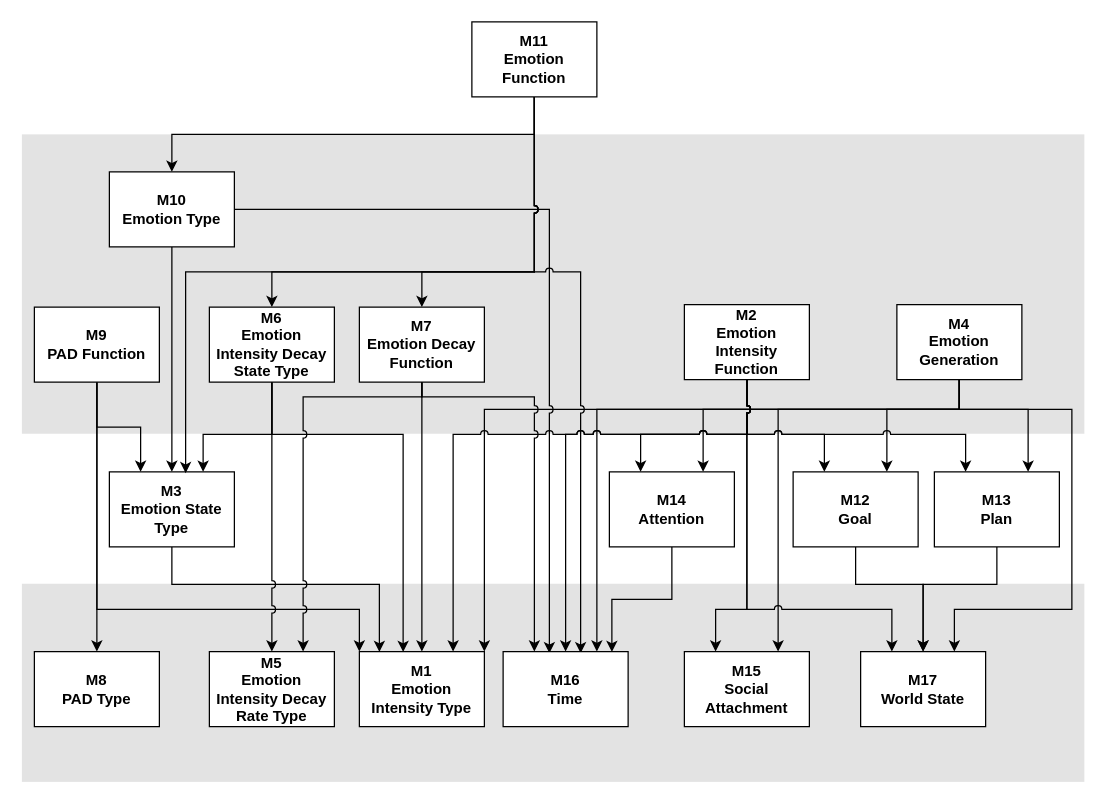
Before: docs/Design/MG/figures/usesHierarchy.drawio in GenevaS/EMgine, a draw.io diagram. Source tidied: cells renumbered, new cells numbered last; positions are measured from the earlier drawing's top-left corner, leaving out a move shared by most shapes. Both pictures are drawn from the tidied source at 125%, with x=0, y=0 at pixel (21, 21).
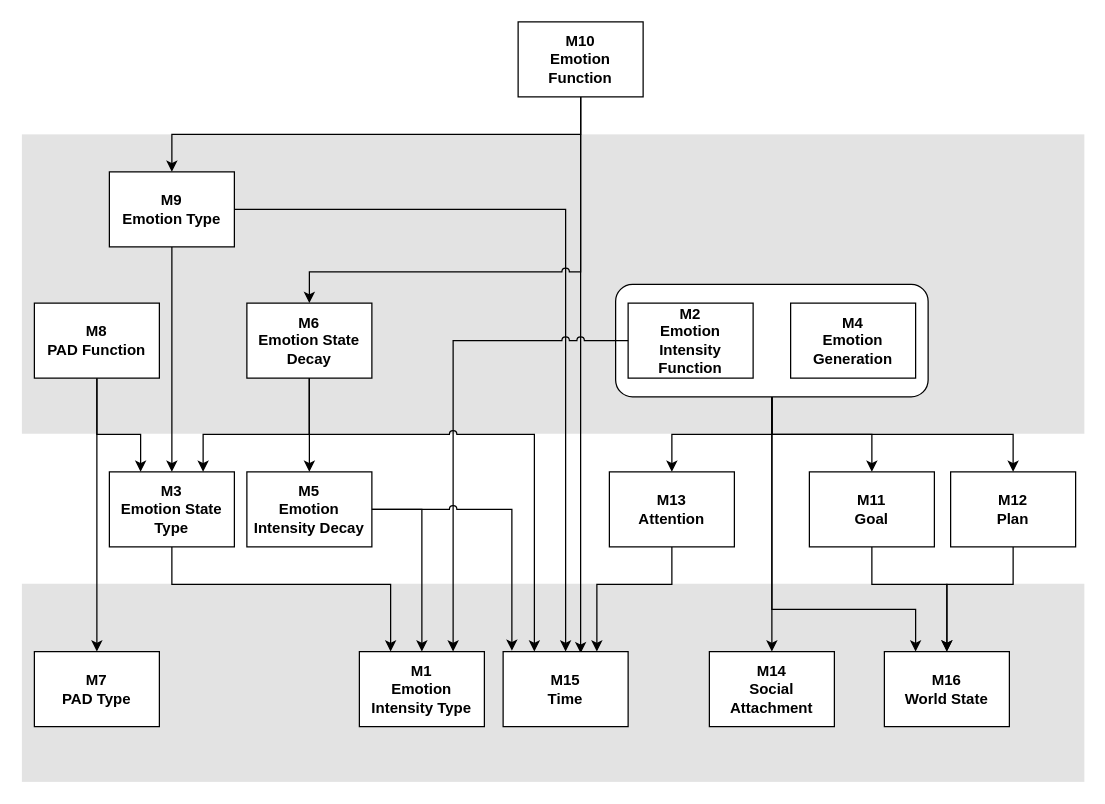
The same page after the edit.

The change refers to these unchanged cells:
```xml
<mxCell id="4" value="M1 &lt;br&gt;Emotion Intensity Type" style="rounded=0;whiteSpace=wrap;html=1;fontStyle=1;" parent="1" vertex="1">
  <mxGeometry x="270" y="503.8" width="100" height="60" as="geometry" />
</mxCell>
<mxCell id="6" value="M3&lt;br&gt;Emotion State Type" style="rounded=0;whiteSpace=wrap;html=1;fontStyle=1;" parent="1" vertex="1">
  <mxGeometry x="70" y="360" width="100" height="60" as="geometry" />
</mxCell>
```

Change to the diagram source:
```diff
@@
+    <mxCell id="55" style="group;" parent="1" vertex="1">
+      <mxGeometry x="475" y="210" width="250" height="90" as="geometry" />
+    </mxCell>
+    <mxCell id="56" style="rounded=1;whiteSpace=wrap;html=1;" parent="55" vertex="1">
+      <mxGeometry width="250" height="90" as="geometry" />
+    </mxCell>
+    <mxCell id="50" value="M2 &lt;br&gt;Emotion Intensity Function" style="rounded=0;whiteSpace=wrap;html=1;fontStyle=1;" parent="55" vertex="1">
+      <mxGeometry x="10" y="15" width="100" height="60" as="geometry" />
+    </mxCell>
+    <mxCell id="14" value="M4&lt;br&gt;Emotion Generation" style="rounded=0;whiteSpace=wrap;html=1;fontStyle=1;" parent="55" vertex="1">
+      <mxGeometry x="140" y="15" width="100" height="60" as="geometry" />
+    </mxCell>
@@
-    <mxCell id="5" style="edgeStyle=orthogonalEdgeStyle;rounded=0;jumpStyle=arc;jettySize=auto;html=1;entryX=0.16;entryY=0.004;entryDx=0;entryDy=0;exitX=0.5;exitY=1;exitDx=0;exitDy=0;entryPerimeter=0;" parent="1" edge="1" source="6" target="4">
+    <mxCell id="5" style="edgeStyle=orthogonalEdgeStyle;rounded=0;jumpStyle=arc;jettySize=auto;html=1;entryX=0.25;entryY=0;entryDx=0;entryDy=0;exitX=0.5;exitY=1;exitDx=0;exitDy=0;" parent="1" edge="1" source="6" target="4">
       <mxGeometry relative="1" as="geometry">
         <Array as="points">
           <mxPoint x="120" y="450" />
-          <mxPoint x="286" y="450" />
+          <mxPoint x="295" y="450" />
         </Array>
       </mxGeometry>
     </mxCell>
@@
-    <mxCell id="7" style="edgeStyle=orthogonalEdgeStyle;rounded=0;jumpStyle=arc;jettySize=auto;html=1;exitX=0.5;exitY=1;exitDx=0;exitDy=0;entryX=1;entryY=0;entryDx=0;entryDy=0;" parent="1" edge="1" source="14" target="4">
-      <mxGeometry relative="1" as="geometry">
-        <Array as="points">
-          <mxPoint x="750" y="310" />
-          <mxPoint x="370" y="310" />
-        </Array>
-      </mxGeometry>
-    </mxCell>
-    <mxCell id="8" style="edgeStyle=orthogonalEdgeStyle;rounded=0;jumpStyle=arc;jettySize=auto;html=1;exitX=0.5;exitY=1;exitDx=0;exitDy=0;entryX=0.75;entryY=0;entryDx=0;entryDy=0;" parent="1" edge="1" source="14" target="34">
-      <mxGeometry relative="1" as="geometry">
-        <Array as="points">
-          <mxPoint x="750" y="310" />
-          <mxPoint x="460" y="310" />
-        </Array>
-      </mxGeometry>
-    </mxCell>
-    <mxCell id="9" style="edgeStyle=orthogonalEdgeStyle;rounded=0;jumpStyle=arc;jettySize=auto;html=1;exitX=0.5;exitY=1;exitDx=0;exitDy=0;entryX=0.75;entryY=0;entryDx=0;entryDy=0;" parent="1" edge="1" source="14" target="41">
-      <mxGeometry relative="1" as="geometry">
-        <Array as="points">
-          <mxPoint x="750" y="310" />
-          <mxPoint x="545" y="310" />
-        </Array>
-      </mxGeometry>
+    <mxCell id="9" style="edgeStyle=orthogonalEdgeStyle;rounded=0;jumpStyle=arc;jettySize=auto;html=1;exitX=0.5;exitY=1;exitDx=0;exitDy=0;entryX=0.5;entryY=0;entryDx=0;entryDy=0;" parent="1" edge="1" source="56" target="41">
+      <mxGeometry relative="1" as="geometry" />
     </mxCell>
-    <mxCell id="10" style="edgeStyle=orthogonalEdgeStyle;rounded=0;jumpStyle=arc;jettySize=auto;html=1;exitX=0.5;exitY=1;exitDx=0;exitDy=0;entryX=0.75;entryY=0;entryDx=0;entryDy=0;" parent="1" edge="1" source="14" target="39">
-      <mxGeometry relative="1" as="geometry">
-        <Array as="points">
-          <mxPoint x="750" y="310" />
-          <mxPoint x="692" y="310" />
-        </Array>
-      </mxGeometry>
+    <mxCell id="10" style="edgeStyle=orthogonalEdgeStyle;rounded=0;jumpStyle=arc;jettySize=auto;html=1;exitX=0.5;exitY=1;exitDx=0;exitDy=0;entryX=0.5;entryY=0;entryDx=0;entryDy=0;" parent="1" edge="1" source="56" target="39">
+      <mxGeometry relative="1" as="geometry" />
     </mxCell>
-    <mxCell id="11" style="edgeStyle=orthogonalEdgeStyle;rounded=0;jumpStyle=arc;jettySize=auto;html=1;exitX=0.5;exitY=1;exitDx=0;exitDy=0;entryX=0.75;entryY=0;entryDx=0;entryDy=0;" parent="1" edge="1" source="14" target="37">
-      <mxGeometry relative="1" as="geometry">
-        <Array as="points">
-          <mxPoint x="750" y="310" />
-          <mxPoint x="805" y="310" />
-        </Array>
-      </mxGeometry>
-    </mxCell>
-    <mxCell id="12" style="edgeStyle=orthogonalEdgeStyle;rounded=0;jumpStyle=arc;jettySize=auto;html=1;exitX=0.5;exitY=1;exitDx=0;exitDy=0;entryX=0.75;entryY=0;entryDx=0;entryDy=0;" parent="1" edge="1" source="14" target="43">
-      <mxGeometry relative="1" as="geometry">
-        <Array as="points">
-          <mxPoint x="750" y="310" />
-          <mxPoint x="605" y="310" />
-        </Array>
-      </mxGeometry>
+    <mxCell id="12" style="edgeStyle=orthogonalEdgeStyle;rounded=0;jumpStyle=arc;jettySize=auto;html=1;exitX=0.5;exitY=1;exitDx=0;exitDy=0;entryX=0.5;entryY=0;entryDx=0;entryDy=0;" parent="1" edge="1" source="56" target="43">
+      <mxGeometry relative="1" as="geometry" />
     </mxCell>
-    <mxCell id="13" style="edgeStyle=orthogonalEdgeStyle;rounded=0;jumpStyle=arc;jettySize=auto;html=1;exitX=0.5;exitY=1;exitDx=0;exitDy=0;entryX=0.75;entryY=0;entryDx=0;entryDy=0;" parent="1" edge="1" source="14" target="35">
+    <mxCell id="13" style="edgeStyle=orthogonalEdgeStyle;rounded=0;jumpStyle=arc;jettySize=auto;html=1;exitX=0.5;exitY=1;exitDx=0;exitDy=0;entryX=0.25;entryY=0;entryDx=0;entryDy=0;" parent="1" edge="1" source="56" target="35">
       <mxGeometry relative="1" as="geometry">
         <Array as="points">
-          <mxPoint x="750" y="310" />
-          <mxPoint x="840" y="310" />
-          <mxPoint x="840" y="470" />
-          <mxPoint x="746" y="470" />
+          <mxPoint x="600" y="300" />
+          <mxPoint x="600" y="470" />
+          <mxPoint x="696" y="470" />
         </Array>
       </mxGeometry>
     </mxCell>
-    <mxCell id="14" value="M4&lt;br&gt;Emotion Generation" style="rounded=0;whiteSpace=wrap;html=1;fontStyle=1;" parent="1" vertex="1">
-      <mxGeometry x="700" y="226.2" width="100" height="60" as="geometry" />
-    </mxCell>
     <mxCell id="15" style="edgeStyle=orthogonalEdgeStyle;rounded=0;jumpStyle=arc;jettySize=auto;html=1;exitX=0.5;exitY=1;exitDx=0;exitDy=0;entryX=0.75;entryY=0;entryDx=0;entryDy=0;" parent="1" edge="1" source="17" target="6">
       <mxGeometry relative="1" as="geometry">
         <Array as="points">
-          <mxPoint x="200" y="330" />
+          <mxPoint x="230" y="285" />
+          <mxPoint x="230" y="330" />
           <mxPoint x="145" y="330" />
         </Array>
       </mxGeometry>
     </mxCell>
-    <mxCell id="16" style="edgeStyle=orthogonalEdgeStyle;rounded=0;jumpStyle=arc;jettySize=auto;html=1;exitX=0.5;exitY=1;exitDx=0;exitDy=0;entryX=0.35;entryY=0.004;entryDx=0;entryDy=0;entryPerimeter=0;" parent="1" edge="1" source="17" target="4">
-      <mxGeometry relative="1" as="geometry">
-        <Array as="points">
-          <mxPoint x="200" y="330" />
-          <mxPoint x="305" y="330" />
-        </Array>
-      </mxGeometry>
-    </mxCell>
-    <mxCell id="17" value="&lt;div&gt;M6&lt;/div&gt;Emotion Intensity Decay State Type" style="rounded=0;whiteSpace=wrap;html=1;fontStyle=1;" parent="1" vertex="1">
-      <mxGeometry x="150" y="228.2" width="100" height="60" as="geometry" />
+    <mxCell id="17" value="&lt;div&gt;M6&lt;/div&gt;Emotion State Decay" style="rounded=0;whiteSpace=wrap;html=1;fontStyle=1;" parent="1" vertex="1">
+      <mxGeometry x="180" y="225" width="100" height="60" as="geometry" />
     </mxCell>
-    <mxCell id="18" style="edgeStyle=orthogonalEdgeStyle;rounded=0;jumpStyle=arc;jettySize=auto;html=1;exitX=0.5;exitY=1;exitDx=0;exitDy=0;entryX=0.5;entryY=0;entryDx=0;entryDy=0;" parent="1" edge="1" source="19" target="4">
-      <mxGeometry relative="1" as="geometry" />
-    </mxCell>
-    <mxCell id="19" value="M7&lt;br&gt;Emotion Decay Function" style="rounded=0;whiteSpace=wrap;html=1;fontStyle=1;" parent="1" vertex="1">
-      <mxGeometry x="270" y="228.2" width="100" height="60" as="geometry" />
-    </mxCell>
-    <mxCell id="20" value="M8&lt;br&gt;PAD Type" style="rounded=0;whiteSpace=wrap;html=1;fontStyle=1;" parent="1" vertex="1">
+    <mxCell id="20" value="M7&lt;br&gt;PAD Type" style="rounded=0;whiteSpace=wrap;html=1;fontStyle=1;" parent="1" vertex="1">
       <mxGeometry x="10" y="503.8" width="100" height="60" as="geometry" />
     </mxCell>
@@
-    <mxCell id="22" style="edgeStyle=orthogonalEdgeStyle;rounded=0;sketch=0;jumpStyle=arc;jettySize=auto;html=1;exitX=0.5;exitY=1;exitDx=0;exitDy=0;entryX=0;entryY=0;entryDx=0;entryDy=0;shadow=0;" parent="1" edge="1" source="24" target="4">
-      <mxGeometry relative="1" as="geometry">
-        <Array as="points">
-          <mxPoint x="60" y="470" />
-          <mxPoint x="270" y="470" />
-        </Array>
-      </mxGeometry>
-    </mxCell>
     <mxCell id="23" style="edgeStyle=orthogonalEdgeStyle;rounded=0;sketch=0;jumpStyle=arc;jettySize=auto;html=1;exitX=0.5;exitY=1;exitDx=0;exitDy=0;entryX=0.25;entryY=0;entryDx=0;entryDy=0;shadow=0;" parent="1" edge="1" source="24" target="6">
-      <mxGeometry relative="1" as="geometry" />
+      <mxGeometry relative="1" as="geometry">
+        <Array as="points">
+          <mxPoint x="60" y="330" />
+          <mxPoint x="95" y="330" />
+        </Array>
+      </mxGeometry>
     </mxCell>
-    <mxCell id="24" value="M9&lt;br&gt;PAD Function" style="rounded=0;whiteSpace=wrap;html=1;fontStyle=1;" parent="1" vertex="1">
-      <mxGeometry x="10" y="228.2" width="100" height="60" as="geometry" />
+    <mxCell id="24" value="M8&lt;br&gt;PAD Function" style="rounded=0;whiteSpace=wrap;html=1;fontStyle=1;" parent="1" vertex="1">
+      <mxGeometry x="10" y="225" width="100" height="60" as="geometry" />
     </mxCell>
@@
-    <mxCell id="26" style="edgeStyle=orthogonalEdgeStyle;rounded=0;sketch=0;jumpStyle=arc;jettySize=auto;html=1;exitX=1;exitY=0.5;exitDx=0;exitDy=0;entryX=0.37;entryY=0.021;entryDx=0;entryDy=0;entryPerimeter=0;shadow=0;" parent="1" edge="1" source="27" target="34">
+    <mxCell id="26" style="edgeStyle=orthogonalEdgeStyle;rounded=0;sketch=0;jumpStyle=arc;jettySize=auto;html=1;exitX=1;exitY=0.5;exitDx=0;exitDy=0;entryX=0.5;entryY=0;entryDx=0;entryDy=0;shadow=0;" parent="1" edge="1" source="27" target="34">
       <mxGeometry relative="1" as="geometry" />
     </mxCell>
-    <mxCell id="27" value="M10&lt;br&gt;Emotion Type" style="rounded=0;whiteSpace=wrap;html=1;fontStyle=1;" parent="1" vertex="1">
+    <mxCell id="27" value="M9&lt;br&gt;Emotion Type" style="rounded=0;whiteSpace=wrap;html=1;fontStyle=1;" parent="1" vertex="1">
       <mxGeometry x="70" y="120" width="100" height="60" as="geometry" />
     </mxCell>
@@
     <mxCell id="29" style="edgeStyle=orthogonalEdgeStyle;rounded=0;sketch=0;jumpStyle=arc;jettySize=auto;html=1;exitX=0.5;exitY=1;exitDx=0;exitDy=0;entryX=0.5;entryY=0;entryDx=0;entryDy=0;shadow=0;" parent="1" edge="1" source="33" target="17">
       <mxGeometry relative="1" as="geometry">
         <Array as="points">
-          <mxPoint x="410" y="200" />
-          <mxPoint x="200" y="200" />
+          <mxPoint x="447" y="200" />
+          <mxPoint x="230" y="200" />
         </Array>
       </mxGeometry>
     </mxCell>
-    <mxCell id="30" style="edgeStyle=orthogonalEdgeStyle;rounded=0;sketch=0;jumpStyle=arc;jettySize=auto;html=1;exitX=0.5;exitY=1;exitDx=0;exitDy=0;entryX=0.5;entryY=0;entryDx=0;entryDy=0;shadow=0;" parent="1" edge="1" source="33" target="19">
-      <mxGeometry relative="1" as="geometry">
-        <Array as="points">
-          <mxPoint x="410" y="200" />
-          <mxPoint x="320" y="200" />
-        </Array>
-      </mxGeometry>
-    </mxCell>
-    <mxCell id="31" style="edgeStyle=orthogonalEdgeStyle;rounded=0;sketch=0;jumpStyle=arc;jettySize=auto;html=1;exitX=0.5;exitY=1;exitDx=0;exitDy=0;entryX=0.61;entryY=0.017;entryDx=0;entryDy=0;entryPerimeter=0;shadow=0;" parent="1" edge="1" source="33" target="6">
-      <mxGeometry relative="1" as="geometry">
-        <Array as="points">
-          <mxPoint x="410" y="200" />
-          <mxPoint x="131" y="200" />
-        </Array>
-      </mxGeometry>
-    </mxCell>
     <mxCell id="32" style="edgeStyle=orthogonalEdgeStyle;rounded=0;sketch=0;jumpStyle=arc;jettySize=auto;html=1;exitX=0.5;exitY=1;exitDx=0;exitDy=0;entryX=0.62;entryY=0.021;entryDx=0;entryDy=0;entryPerimeter=0;shadow=0;" parent="1" edge="1" source="33" target="34">
-      <mxGeometry relative="1" as="geometry">
-        <Array as="points">
-          <mxPoint x="410" y="200" />
-          <mxPoint x="447" y="200" />
-        </Array>
-      </mxGeometry>
+      <mxGeometry relative="1" as="geometry" />
     </mxCell>
-    <mxCell id="33" value="M11&lt;br&gt;Emotion Function" style="rounded=0;whiteSpace=wrap;html=1;fontStyle=1;" parent="1" vertex="1">
-      <mxGeometry x="360" width="100" height="60" as="geometry" />
+    <mxCell id="33" value="M10&lt;br&gt;Emotion Function" style="rounded=0;whiteSpace=wrap;html=1;fontStyle=1;" parent="1" vertex="1">
+      <mxGeometry x="397" width="100" height="60" as="geometry" />
     </mxCell>
-    <mxCell id="34" value="M16&lt;br&gt;Time" style="rounded=0;whiteSpace=wrap;html=1;fontStyle=1;" parent="1" vertex="1">
+    <mxCell id="34" value="M15&lt;br&gt;Time" style="rounded=0;whiteSpace=wrap;html=1;fontStyle=1;" parent="1" vertex="1">
       <mxGeometry x="385" y="503.8" width="100" height="60" as="geometry" />
     </mxCell>
-    <mxCell id="35" value="M17&lt;br&gt;World State" style="rounded=0;whiteSpace=wrap;html=1;fontStyle=1;" parent="1" vertex="1">
-      <mxGeometry x="671" y="503.8" width="100" height="60" as="geometry" />
+    <mxCell id="35" value="M16&lt;br&gt;World State" style="rounded=0;whiteSpace=wrap;html=1;fontStyle=1;" parent="1" vertex="1">
+      <mxGeometry x="690" y="503.8" width="100" height="60" as="geometry" />
     </mxCell>
@@
-    <mxCell id="37" value="M13&lt;br&gt;Plan" style="rounded=0;whiteSpace=wrap;html=1;fontStyle=1;" parent="1" vertex="1">
-      <mxGeometry x="730" y="360" width="100" height="60" as="geometry" />
+    <mxCell id="37" value="M12&lt;br&gt;Plan" style="rounded=0;whiteSpace=wrap;html=1;fontStyle=1;" parent="1" vertex="1">
+      <mxGeometry x="743" y="360" width="100" height="60" as="geometry" />
     </mxCell>
     <mxCell id="38" style="edgeStyle=orthogonalEdgeStyle;rounded=0;jettySize=auto;html=1;exitX=0.5;exitY=1;exitDx=0;exitDy=0;entryX=0.5;entryY=0;entryDx=0;entryDy=0;" parent="1" edge="1" source="39" target="35">
       <mxGeometry relative="1" as="geometry">
         <Array as="points">
-          <mxPoint x="667" y="450" />
-          <mxPoint x="721" y="450" />
+          <mxPoint x="680" y="450" />
+          <mxPoint x="740" y="450" />
         </Array>
       </mxGeometry>
     </mxCell>
-    <mxCell id="39" value="M12&lt;br&gt;Goal" style="rounded=0;whiteSpace=wrap;html=1;fontStyle=1;" parent="1" vertex="1">
-      <mxGeometry x="617" y="360" width="100" height="60" as="geometry" />
+    <mxCell id="39" value="M11&lt;br&gt;Goal" style="rounded=0;whiteSpace=wrap;html=1;fontStyle=1;" parent="1" vertex="1">
+      <mxGeometry x="630" y="360" width="100" height="60" as="geometry" />
     </mxCell>
-    <mxCell id="40" style="edgeStyle=orthogonalEdgeStyle;rounded=0;jettySize=auto;html=1;exitX=0.5;exitY=1;exitDx=0;exitDy=0;entryX=0.87;entryY=0.004;entryDx=0;entryDy=0;entryPerimeter=0;" parent="1" edge="1" source="41" target="34">
-      <mxGeometry relative="1" as="geometry" />
+    <mxCell id="40" style="edgeStyle=orthogonalEdgeStyle;rounded=0;jumpStyle=arc;jettySize=auto;html=1;exitX=0.5;exitY=1;exitDx=0;exitDy=0;entryX=0.75;entryY=0;entryDx=0;entryDy=0;" parent="1" edge="1" source="41" target="34">
+      <mxGeometry relative="1" as="geometry">
+        <Array as="points">
+          <mxPoint x="520" y="450" />
+          <mxPoint x="460" y="450" />
+        </Array>
+      </mxGeometry>
     </mxCell>
-    <mxCell id="41" value="M14&lt;br&gt;Attention" style="rounded=0;whiteSpace=wrap;html=1;fontStyle=1;" parent="1" vertex="1">
+    <mxCell id="41" value="M13&lt;br&gt;Attention" style="rounded=0;whiteSpace=wrap;html=1;fontStyle=1;" parent="1" vertex="1">
       <mxGeometry x="470" y="360" width="100" height="60" as="geometry" />
     </mxCell>
-    <mxCell id="42" style="edgeStyle=orthogonalEdgeStyle;rounded=0;jumpStyle=arc;jettySize=auto;html=1;exitX=0.5;exitY=1;exitDx=0;exitDy=0;entryX=0.75;entryY=0;entryDx=0;entryDy=0;" parent="1" edge="1" source="50" target="4">
-      <mxGeometry relative="1" as="geometry">
-        <Array as="points">
-          <mxPoint x="580" y="330" />
-          <mxPoint x="345" y="330" />
-        </Array>
-      </mxGeometry>
-    </mxCell>
-    <mxCell id="43" value="M15&lt;br&gt;Social Attachment" style="rounded=0;whiteSpace=wrap;html=1;fontStyle=1;" parent="1" vertex="1">
-      <mxGeometry x="530" y="503.8" width="100" height="60" as="geometry" />
+    <mxCell id="43" value="M14&lt;br&gt;Social Attachment" style="rounded=0;whiteSpace=wrap;html=1;fontStyle=1;" parent="1" vertex="1">
+      <mxGeometry x="550" y="503.8" width="100" height="60" as="geometry" />
     </mxCell>
-    <mxCell id="44" style="edgeStyle=orthogonalEdgeStyle;rounded=0;jumpStyle=arc;jettySize=auto;html=1;exitX=0.5;exitY=1;exitDx=0;exitDy=0;entryX=0.25;entryY=0;entryDx=0;entryDy=0;" parent="1" edge="1" source="50" target="41">
-      <mxGeometry relative="1" as="geometry">
-        <Array as="points">
-          <mxPoint x="580" y="330" />
-          <mxPoint x="495" y="330" />
-        </Array>
-      </mxGeometry>
-    </mxCell>
-    <mxCell id="45" style="edgeStyle=orthogonalEdgeStyle;rounded=0;jumpStyle=arc;jettySize=auto;html=1;exitX=0.5;exitY=1;exitDx=0;exitDy=0;entryX=0.5;entryY=0;entryDx=0;entryDy=0;" parent="1" edge="1" source="50" target="34">
-      <mxGeometry relative="1" as="geometry">
-        <Array as="points">
-          <mxPoint x="580" y="330" />
-          <mxPoint x="435" y="330" />
-        </Array>
-      </mxGeometry>
-    </mxCell>
-    <mxCell id="46" style="edgeStyle=orthogonalEdgeStyle;rounded=0;jumpStyle=arc;jettySize=auto;html=1;exitX=0.5;exitY=1;exitDx=0;exitDy=0;entryX=0.25;entryY=0;entryDx=0;entryDy=0;" parent="1" edge="1" source="50" target="43">
-      <mxGeometry relative="1" as="geometry">
-        <Array as="points">
-          <mxPoint x="580" y="470" />
-          <mxPoint x="555" y="470" />
-        </Array>
-      </mxGeometry>
-    </mxCell>
-    <mxCell id="47" style="edgeStyle=orthogonalEdgeStyle;rounded=0;jumpStyle=arc;jettySize=auto;html=1;exitX=0.5;exitY=1;exitDx=0;exitDy=0;entryX=0.25;entryY=0;entryDx=0;entryDy=0;" parent="1" edge="1" source="50" target="39">
-      <mxGeometry relative="1" as="geometry">
-        <Array as="points">
-          <mxPoint x="580" y="330" />
-          <mxPoint x="642" y="330" />
-        </Array>
-      </mxGeometry>
-    </mxCell>
-    <mxCell id="48" style="edgeStyle=orthogonalEdgeStyle;rounded=0;jumpStyle=arc;jettySize=auto;html=1;exitX=0.5;exitY=1;exitDx=0;exitDy=0;entryX=0.25;entryY=0;entryDx=0;entryDy=0;" parent="1" edge="1" source="50" target="37">
-      <mxGeometry relative="1" as="geometry">
-        <Array as="points">
-          <mxPoint x="580" y="330" />
-          <mxPoint x="755" y="330" />
-        </Array>
-      </mxGeometry>
-    </mxCell>
-    <mxCell id="49" style="edgeStyle=orthogonalEdgeStyle;rounded=0;jumpStyle=arc;jettySize=auto;html=1;exitX=0.5;exitY=1;exitDx=0;exitDy=0;entryX=0.25;entryY=0;entryDx=0;entryDy=0;" parent="1" edge="1" source="50" target="35">
-      <mxGeometry relative="1" as="geometry">
-        <Array as="points">
-          <mxPoint x="580" y="470" />
-          <mxPoint x="696" y="470" />
-        </Array>
-      </mxGeometry>
-    </mxCell>
-    <mxCell id="50" value="M2 &lt;br&gt;Emotion Intensity Function" style="rounded=0;whiteSpace=wrap;html=1;fontStyle=1;" parent="1" vertex="1">
-      <mxGeometry x="530" y="226.2" width="100" height="60" as="geometry" />
-    </mxCell>
+    <mxCell id="57" style="edgeStyle=orthogonalEdgeStyle;rounded=0;jettySize=auto;html=1;exitX=1;exitY=0.5;exitDx=0;exitDy=0;entryX=0.5;entryY=0;entryDx=0;entryDy=0;" parent="1" edge="1" source="51" target="4">
+      <mxGeometry relative="1" as="geometry" />
+    </mxCell>
+    <mxCell id="7" style="edgeStyle=orthogonalEdgeStyle;rounded=0;jumpStyle=arc;jettySize=auto;html=1;exitX=0;exitY=0.5;exitDx=0;exitDy=0;entryX=0.75;entryY=0;entryDx=0;entryDy=0;" parent="1" edge="1" source="50" target="4">
+      <mxGeometry relative="1" as="geometry">
+        <Array as="points">
+          <mxPoint x="345" y="255" />
+        </Array>
+      </mxGeometry>
+    </mxCell>
-    <mxCell id="51" value="&lt;div&gt;M5&lt;/div&gt;Emotion Intensity Decay Rate Type" style="rounded=0;whiteSpace=wrap;html=1;fontStyle=1;" parent="1" vertex="1">
-      <mxGeometry x="150" y="503.8" width="100" height="60" as="geometry" />
+    <mxCell id="51" value="&lt;div&gt;M5&lt;/div&gt;Emotion Intensity Decay" style="rounded=0;whiteSpace=wrap;html=1;fontStyle=1;" parent="1" vertex="1">
+      <mxGeometry x="180" y="360" width="100" height="60" as="geometry" />
     </mxCell>
-    <mxCell id="52" style="edgeStyle=orthogonalEdgeStyle;rounded=0;jumpStyle=arc;jettySize=auto;html=1;exitX=0.5;exitY=1;exitDx=0;exitDy=0;entryX=0.25;entryY=0;entryDx=0;entryDy=0;sketch=0;shadow=0;" parent="1" edge="1" source="19" target="34">
-      <mxGeometry relative="1" as="geometry">
-        <Array as="points">
-          <mxPoint x="320" y="300" />
-          <mxPoint x="410" y="300" />
-        </Array>
-      </mxGeometry>
-    </mxCell>
     <mxCell id="53" style="edgeStyle=orthogonalEdgeStyle;rounded=0;jumpStyle=arc;jettySize=auto;html=1;exitX=0.5;exitY=1;exitDx=0;exitDy=0;entryX=0.5;entryY=0;entryDx=0;entryDy=0;" parent="1" edge="1" source="17" target="51">
-      <mxGeometry relative="1" as="geometry" />
+      <mxGeometry relative="1" as="geometry">
+        <Array as="points">
+          <mxPoint x="230" y="285" />
+        </Array>
+      </mxGeometry>
     </mxCell>
-    <mxCell id="54" style="edgeStyle=orthogonalEdgeStyle;rounded=0;jumpStyle=arc;jettySize=auto;html=1;exitX=0.5;exitY=1;exitDx=0;exitDy=0;entryX=0.75;entryY=0;entryDx=0;entryDy=0;" parent="1" edge="1" source="19" target="51">
-      <mxGeometry relative="1" as="geometry">
-        <Array as="points">
-          <mxPoint x="320" y="300" />
-          <mxPoint x="225" y="300" />
-        </Array>
-      </mxGeometry>
-    </mxCell>
+    <mxCell id="11" style="edgeStyle=orthogonalEdgeStyle;rounded=0;jumpStyle=arc;jettySize=auto;html=1;exitX=0.5;exitY=1;exitDx=0;exitDy=0;entryX=0.5;entryY=0;entryDx=0;entryDy=0;" parent="1" edge="1" source="56" target="37">
+      <mxGeometry relative="1" as="geometry">
+        <Array as="points">
+          <mxPoint x="600" y="330" />
+          <mxPoint x="793" y="330" />
+        </Array>
+      </mxGeometry>
+    </mxCell>
+    <mxCell id="58" style="edgeStyle=orthogonalEdgeStyle;rounded=0;jumpStyle=arc;jettySize=auto;html=1;exitX=0.5;exitY=1;exitDx=0;exitDy=0;entryX=0.25;entryY=0;entryDx=0;entryDy=0;" parent="1" edge="1" source="17" target="34">
+      <mxGeometry relative="1" as="geometry">
+        <Array as="points">
+          <mxPoint x="230" y="285" />
+          <mxPoint x="230" y="330" />
+          <mxPoint x="410" y="330" />
+        </Array>
+      </mxGeometry>
+    </mxCell>
+    <mxCell id="59" style="edgeStyle=orthogonalEdgeStyle;rounded=0;jettySize=auto;html=1;exitX=1;exitY=0.5;exitDx=0;exitDy=0;entryX=0.07;entryY=-0.012;entryDx=0;entryDy=0;entryPerimeter=0;jumpStyle=arc;" parent="1" edge="1" source="51" target="34">
+      <mxGeometry relative="1" as="geometry" />
+    </mxCell>
```
